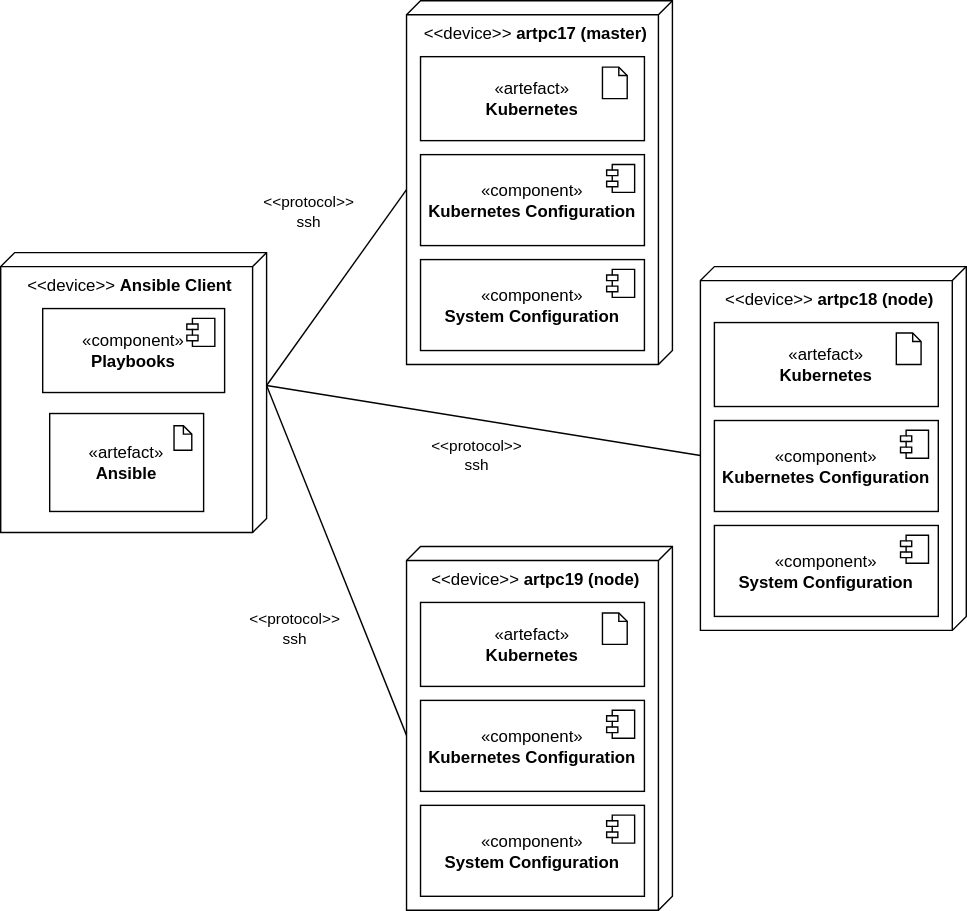
This is uni-bsc/cd-ansible.drawio.svg from pogii123/drawio-charts, a draw.io export, as it was before one commit. Source tidied: cells renumbered, new cells last; positions are measured from the earlier drawing's top-left corner, leaving out a move shared by most shapes.
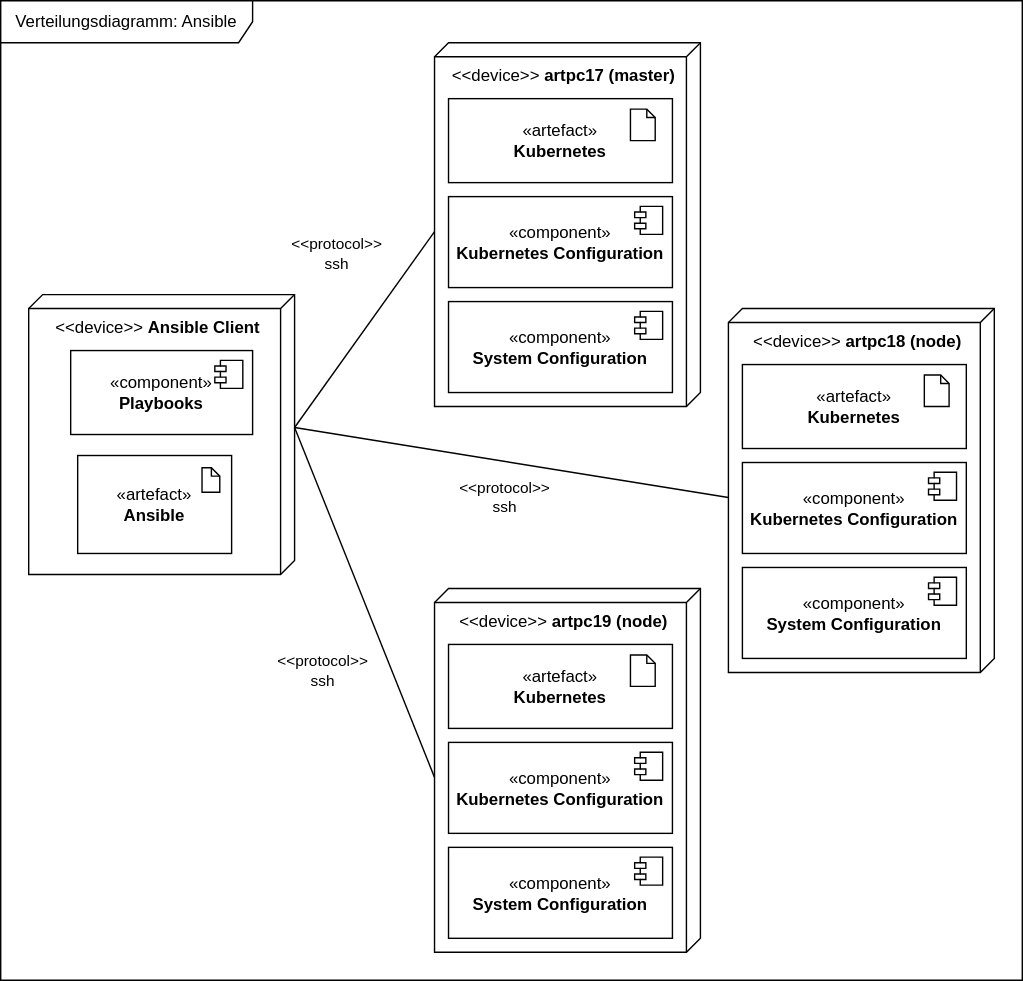
After the change.

Change to the diagram source:
```diff
@@ -140,5 +140,8 @@
     <mxCell id="39" style="shape=note2;boundedLbl=1;whiteSpace=wrap;html=1;size=6;verticalAlign=top;align=left;spacingLeft=5;" parent="37" vertex="1">
       <mxGeometry x="88.8" y="8.8" width="12.7" height="17.5" as="geometry" />
     </mxCell>
+    <mxCell id="40" value="Verteilungsdiagramm: Ansible" style="shape=umlFrame;whiteSpace=wrap;html=1;width=180;height=30;" parent="1" vertex="1">
+      <mxGeometry x="-20" y="-30" width="730" height="700" as="geometry" />
+    </mxCell>
   </root>
 </mxGraphModel>
```
